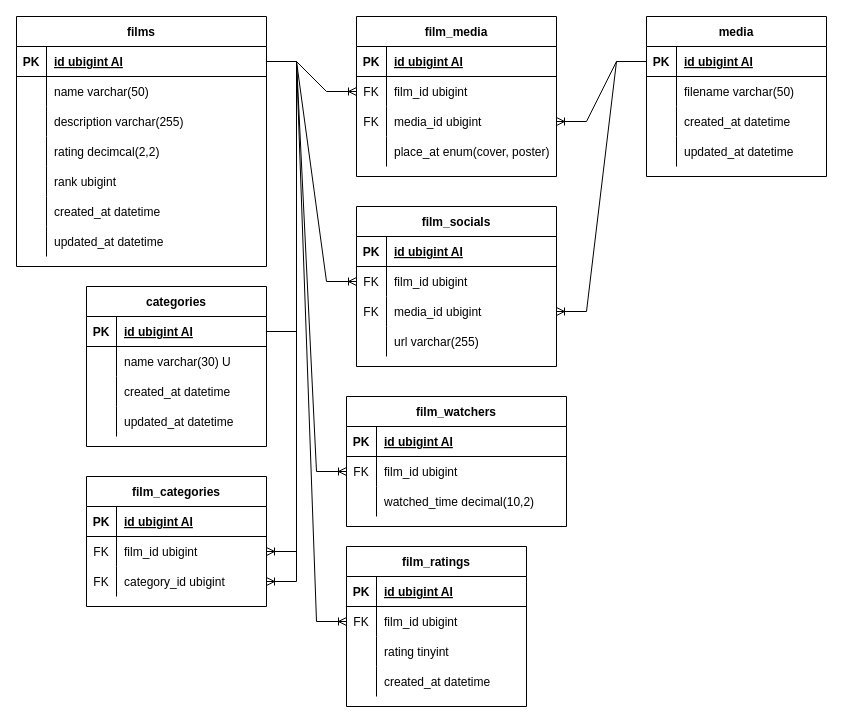
Earlier version of the draw.io diagram entity_relationship_diagram.drawio (olcayseygan/mawa). Source tidied: cells renumbered, new cells numbered last; positions are measured from the earlier drawing's top-left corner, leaving out a move shared by most shapes. Both pictures are drawn from the tidied source at 100%, with x=0, y=0 at pixel (16, 16).
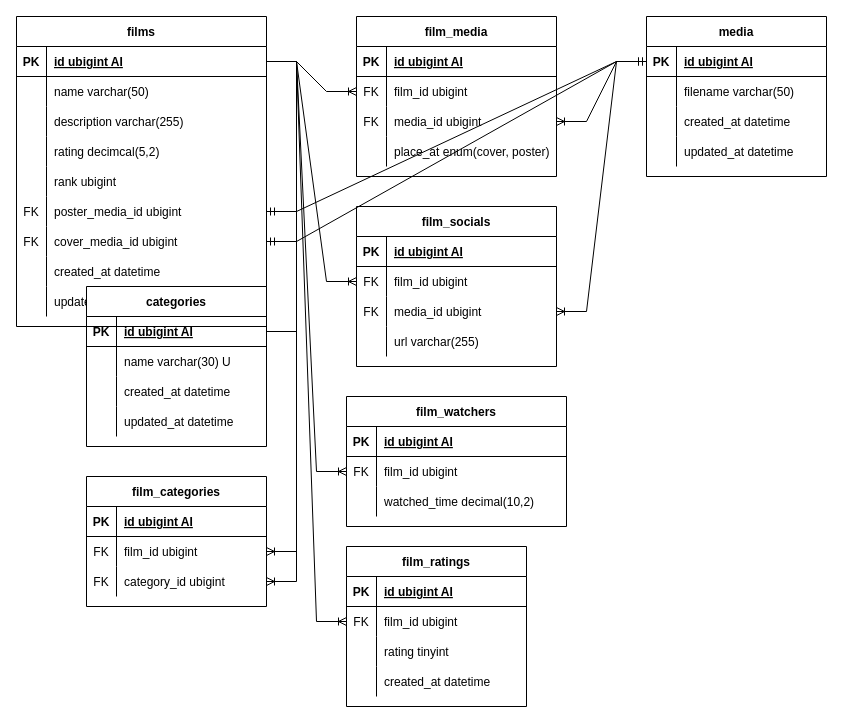
After the change.

Unchanged cells that the change refers to:
```xml
<mxCell id="12" style="shape=partialRectangle;fillColor=none;top=0;left=0;bottom=0;right=0;" parent="2" vertex="1">
  <mxGeometry y="120" width="250" height="30" as="geometry" />
</mxCell>
<mxCell id="25" style="shape=partialRectangle;fillColor=none;top=0;left=0;bottom=1;right=0;points=[[0,0.5],[1,0.5]];portConstraint=eastwest;" parent="24" vertex="1">
  <mxGeometry y="30" width="180" height="30" as="geometry" />
</mxCell>
```

The edit, as a diff of the source:
```diff
@@
     <mxCell id="2" value="films" style="shape=table;startSize=30;childLayout=tableLayout;rowLines=0;fontStyle=1;align=center;" parent="1" vertex="1">
-      <mxGeometry width="250" height="250" as="geometry" />
+      <mxGeometry width="250" height="310" as="geometry" />
     </mxCell>
@@
-    <mxCell id="14" value="rating decimcal(2,2)" style="shape=partialRectangle;fillColor=none;top=0;left=0;bottom=0;right=0;align=left;spacingLeft=6;overflow=hidden;" parent="12" vertex="1">
+    <mxCell id="14" value="rating decimcal(5,2)" style="shape=partialRectangle;fillColor=none;top=0;left=0;bottom=0;right=0;align=left;spacingLeft=6;overflow=hidden;" parent="12" vertex="1">
       <mxGeometry x="30" width="220" height="30" as="geometry" />
     </mxCell>
@@
+    <mxCell id="117" style="shape=partialRectangle;fillColor=none;top=0;left=0;bottom=0;right=0;points=[[0,0.5],[1,0.5]];portConstraint=eastwest;" parent="2" vertex="1">
+      <mxGeometry y="180" width="250" height="30" as="geometry" />
+    </mxCell>
+    <mxCell id="118" value="FK" style="shape=partialRectangle;fillColor=none;top=0;left=0;bottom=0;right=0;overflow=hidden;" parent="117" vertex="1">
+      <mxGeometry width="30" height="30" as="geometry" />
+    </mxCell>
+    <mxCell id="119" value="poster_media_id ubigint" style="shape=partialRectangle;fillColor=none;top=0;left=0;bottom=0;right=0;align=left;spacingLeft=6;overflow=hidden;" parent="117" vertex="1">
+      <mxGeometry x="30" width="220" height="30" as="geometry" />
+    </mxCell>
+    <mxCell id="120" style="shape=partialRectangle;fillColor=none;top=0;left=0;bottom=0;right=0;points=[[0,0.5],[1,0.5]];portConstraint=eastwest;" parent="2" vertex="1">
+      <mxGeometry y="210" width="250" height="30" as="geometry" />
+    </mxCell>
+    <mxCell id="121" value="FK" style="shape=partialRectangle;fillColor=none;top=0;left=0;bottom=0;right=0;overflow=hidden;" parent="120" vertex="1">
+      <mxGeometry width="30" height="30" as="geometry" />
+    </mxCell>
+    <mxCell id="122" value="cover_media_id ubigint" style="shape=partialRectangle;fillColor=none;top=0;left=0;bottom=0;right=0;align=left;spacingLeft=6;overflow=hidden;" parent="120" vertex="1">
+      <mxGeometry x="30" width="220" height="30" as="geometry" />
+    </mxCell>
     <mxCell id="18" style="shape=partialRectangle;fillColor=none;top=0;left=0;bottom=0;right=0;" parent="2" vertex="1">
-      <mxGeometry y="180" width="250" height="30" as="geometry" />
+      <mxGeometry y="240" width="250" height="30" as="geometry" />
     </mxCell>
@@
     <mxCell id="21" style="shape=partialRectangle;fillColor=none;top=0;left=0;bottom=0;right=0;" parent="2" vertex="1">
-      <mxGeometry y="210" width="250" height="30" as="geometry" />
+      <mxGeometry y="270" width="250" height="30" as="geometry" />
     </mxCell>
@@
+    <mxCell id="123" style="edgeStyle=entityRelationEdgeStyle;fontSize=12;html=1;endArrow=ERmandOne;startArrow=ERmandOne;rounded=0;" parent="1" edge="1" source="117" target="25">
+      <mxGeometry relative="1" as="geometry" />
+    </mxCell>
+    <mxCell id="124" style="edgeStyle=entityRelationEdgeStyle;fontSize=12;html=1;endArrow=ERmandOne;startArrow=ERmandOne;rounded=0;" parent="1" edge="1" source="120" target="25">
+      <mxGeometry relative="1" as="geometry" />
+    </mxCell>
```
